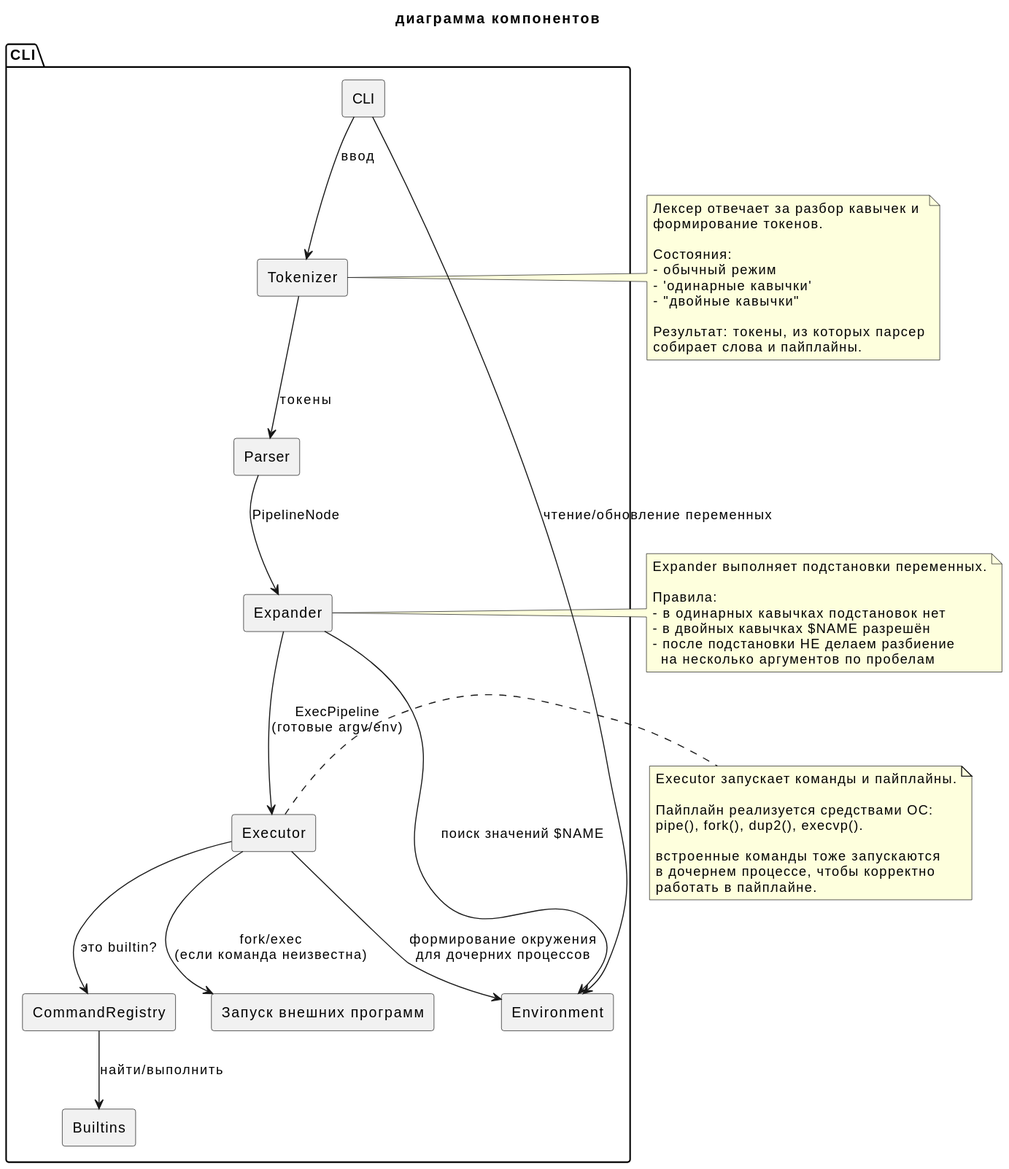
This is docs/diagrams/rendered/components.svg from Spydula/CLI-SD-HSE-2026, a PlantUML export, as it was before one commit. Source of this version:
```plantuml
@startuml
title диаграмма компонентов
skinparam componentStyle rectangle
skinparam shadowing false

package "CLI" {
  [CLI] as Shell
  [Tokenizer] as Tokenizer
  [Parser] as Parser
  [Expander] as Expander
  [Executor] as Executor
  [Environment] as Env
  [CommandRegistry] as Registry
  [Builtins] as Builtins
  [Запуск внешних программ] as External
}

Shell --> Tokenizer : ввод
Tokenizer --> Parser : токены
Parser --> Expander : PipelineNode
Expander --> Executor : ExecPipeline\n(готовые argv/env)

Shell --> Env : чтение/обновление переменных
Expander --> Env : поиск значений $NAME
Executor --> Env : формирование окружения\nдля дочерних процессов

Executor --> Registry : это builtin?
Registry --> Builtins : найти/выполнить
Executor --> External : fork/exec\n(если команда неизвестна)

note right of Tokenizer
Лексер отвечает за разбор кавычек и
формирование токенов.

Состояния:
- обычный режим
- 'одинарные кавычки'
- "двойные кавычки"

Результат: токены, из которых парсер
собирает слова и пайплайны.
end note

note right of Expander
Expander выполняет подстановки переменных.

Правила:
- в одинарных кавычках подстановок нет
- в двойных кавычках $NAME разрешён
- после подстановки НЕ делаем разбиение
  на несколько аргументов по пробелам
end note

note right of Executor
Executor запускает команды и пайплайны.

Пайплайн реализуется средствами ОС:
pipe(), fork(), dup2(), execvp().

встроенные команды тоже запускаются
в дочернем процессе, чтобы корректно
работать в пайплайне.
end note
@enduml
```
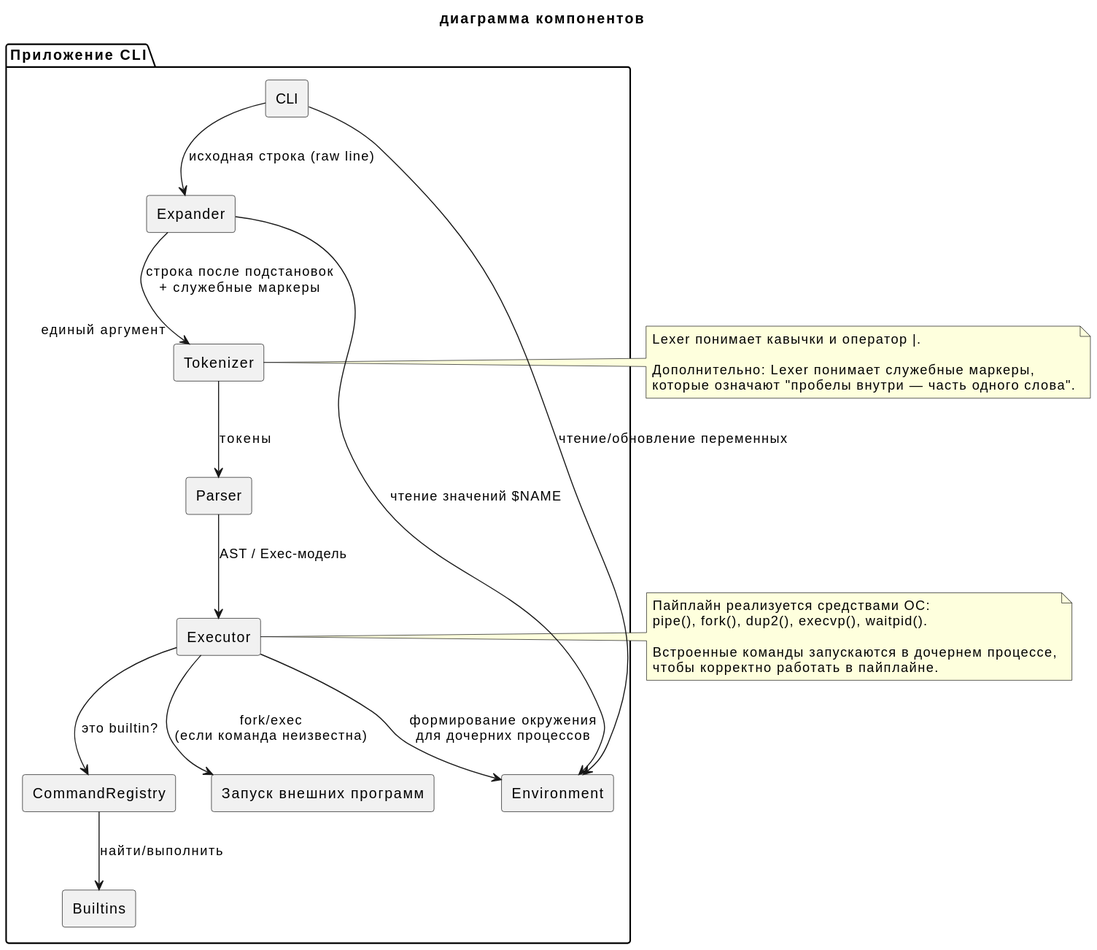
Above is the later version.

What changed in the source:
```diff
@@ -3,62 +3,41 @@
 skinparam componentStyle rectangle
 skinparam shadowing false
 
-package "CLI" {
-  [CLI] as Shell
-  [Tokenizer] as Tokenizer
+package "Приложение CLI" {
+  [CLI] as CLI
+  [Expander] as Expander
+  [Tokenizer] as Lexer
   [Parser] as Parser
-  [Expander] as Expander
   [Executor] as Executor
   [Environment] as Env
   [CommandRegistry] as Registry
   [Builtins] as Builtins
   [Запуск внешних программ] as External
 }
-
-Shell --> Tokenizer : ввод
-Tokenizer --> Parser : токены
-Parser --> Expander : PipelineNode
-Expander --> Executor : ExecPipeline\n(готовые argv/env)
-
-Shell --> Env : чтение/обновление переменных
-Expander --> Env : поиск значений $NAME
+ CLI --> Expander : исходная строка (raw line)
+Expander --> Lexer : строка после подстановок\n+ служебные маркеры "единый аргумент"
+Lexer --> Parser : токены
+Parser --> Executor : AST / Exec-модель
+ CLI --> Env : чтение/обновление переменных
+Expander --> Env : чтение значений $NAME
 Executor --> Env : формирование окружения\nдля дочерних процессов
 
 Executor --> Registry : это builtin?
 Registry --> Builtins : найти/выполнить
 Executor --> External : fork/exec\n(если команда неизвестна)
 
-note right of Tokenizer
-Лексер отвечает за разбор кавычек и
-формирование токенов.
+note right of Lexer
+Lexer понимает кавычки и оператор |.
 
-Состояния:
-- обычный режим
-- 'одинарные кавычки'
-- "двойные кавычки"
-
-Результат: токены, из которых парсер
-собирает слова и пайплайны.
-end note
-
-note right of Expander
-Expander выполняет подстановки переменных.
-
-Правила:
-- в одинарных кавычках подстановок нет
-- в двойных кавычках $NAME разрешён
-- после подстановки НЕ делаем разбиение
-  на несколько аргументов по пробелам
+Дополнительно: Lexer понимает служебные маркеры,
+которые означают "пробелы внутри — часть одного слова".
 end note
 
 note right of Executor
-Executor запускает команды и пайплайны.
+Пайплайн реализуется средствами ОС:
+pipe(), fork(), dup2(), execvp(), waitpid().
 
-Пайплайн реализуется средствами ОС:
-pipe(), fork(), dup2(), execvp().
-
-встроенные команды тоже запускаются
-в дочернем процессе, чтобы корректно
-работать в пайплайне.
+Встроенные команды запускаются в дочернем процессе,
+чтобы корректно работать в пайплайне.
 end note
 @enduml
```
